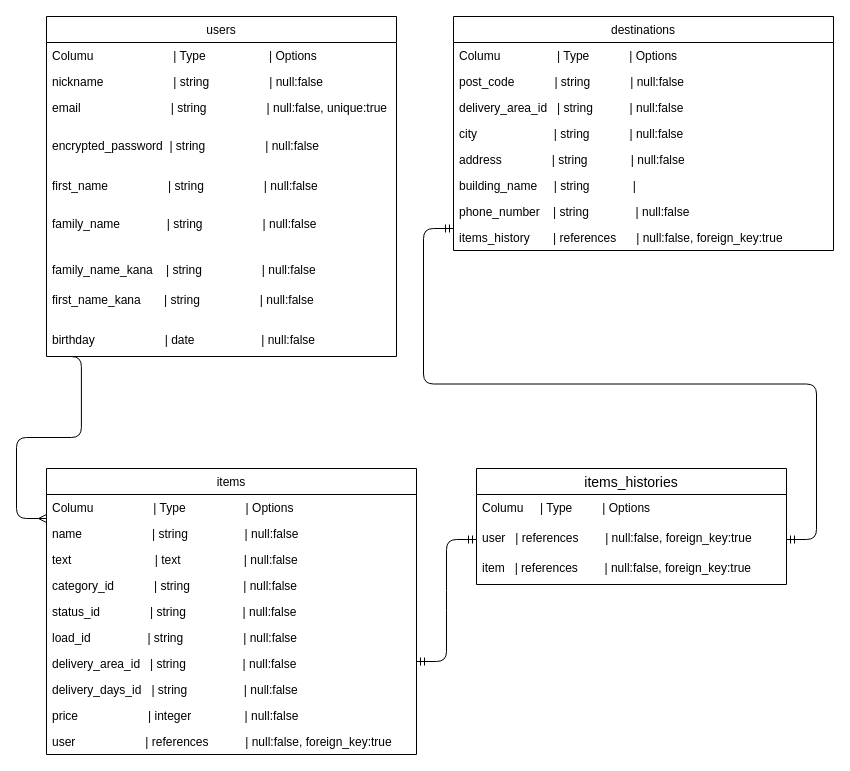
tarutaros/furima-25387 keeps this draw.io diagram as page "ページ1" (1 of 2) of test.dio. Above is the earlier version. Source tidied: cells renumbered, new cells numbered last; positions are measured from the earlier drawing's top-left corner, leaving out a move shared by most shapes. Both pictures are drawn from the tidied source at 100%, with x=0, y=0 at pixel (46, 16).
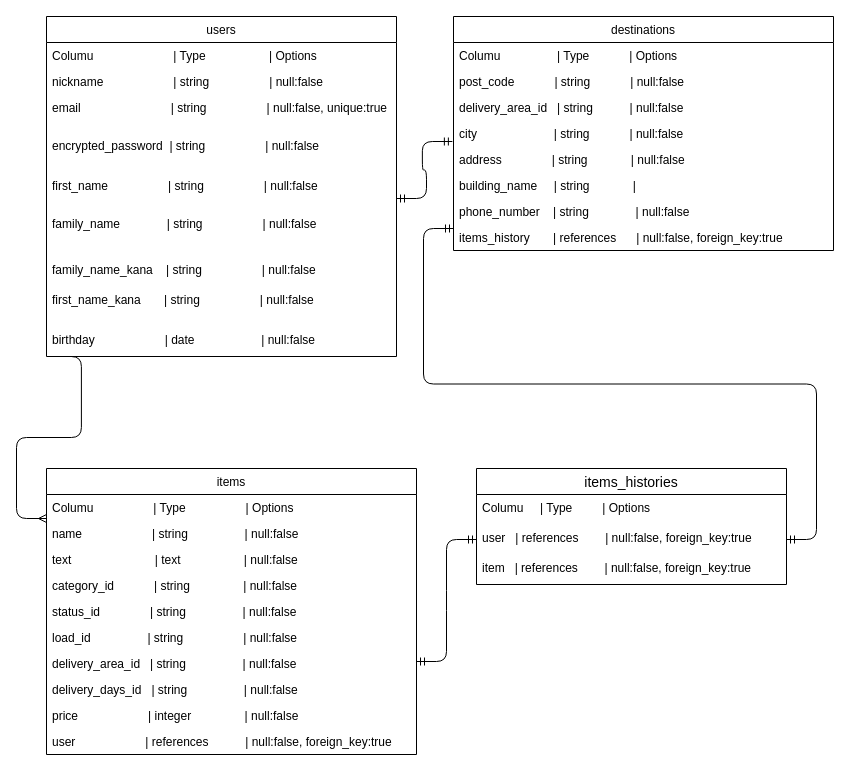
The same page after the edit.

Commit message (it also covers changes not shown here):
テーブル設計訂正３回目

The change refers to these unchanged cells:
```xml
<mxCell id="17" value="address               | string             | null:false" style="text;strokeColor=none;fillColor=none;align=left;verticalAlign=top;spacingLeft=4;spacingRight=4;overflow=hidden;points=[[0,0.5],[1,0.5]];portConstraint=eastwest;" parent="12" vertex="1">
  <mxGeometry y="130" width="380" height="26" as="geometry" />
</mxCell>
```

What changed in the source:
```diff
@@
+    <mxCell id="39" style="edgeStyle=entityRelationEdgeStyle;fontSize=12;html=1;endArrow=ERmandOne;startArrow=ERmandOne;entryX=-0.003;entryY=-0.192;entryDx=0;entryDy=0;entryPerimeter=0;" parent="1" edge="1" target="17">
+      <mxGeometry relative="1" as="geometry">
+        <mxPoint x="350" y="182" as="sourcePoint" />
+      </mxGeometry>
+    </mxCell>
```
